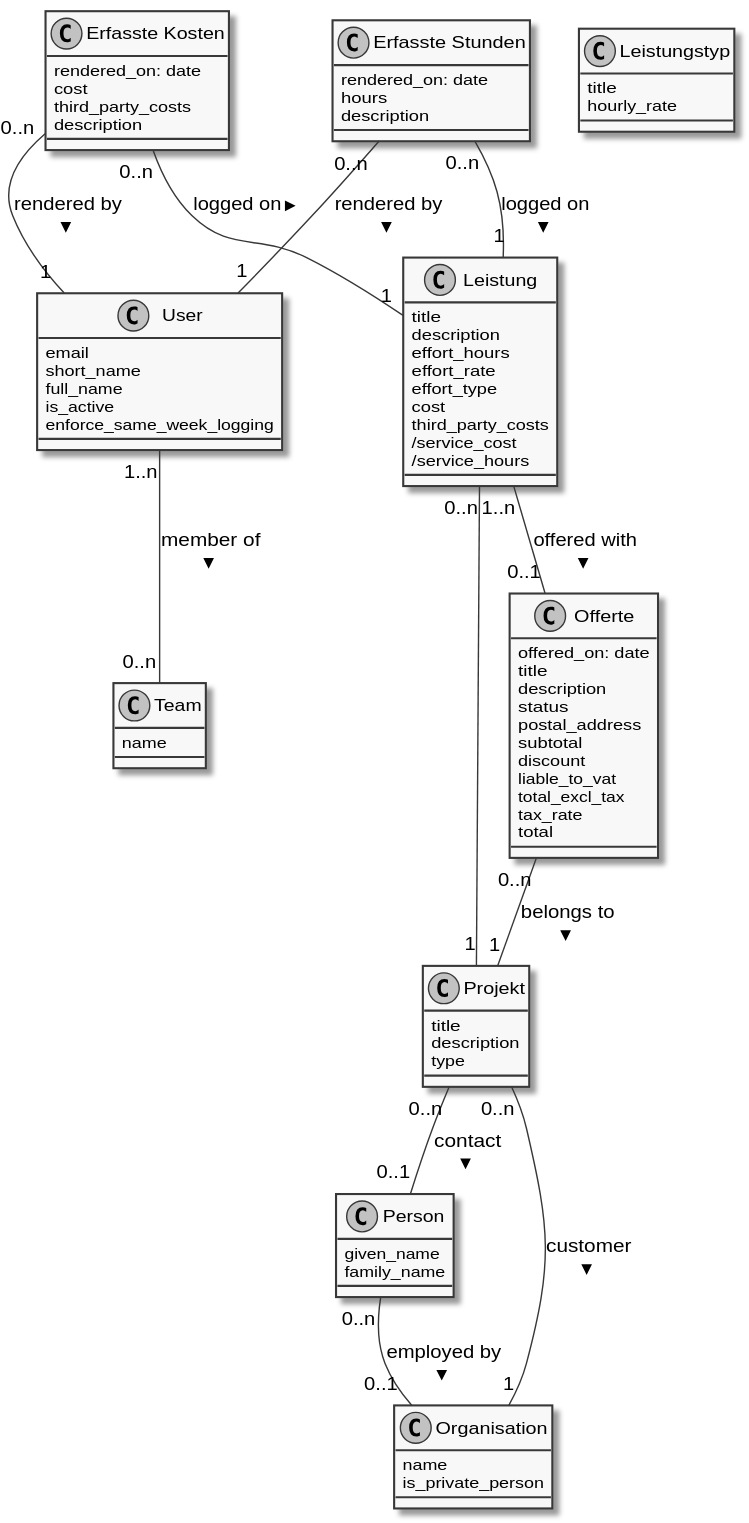
This is wb-custom.uml.svg from matthiask/workbench-uml, a PlantUML export, as it was before one commit.
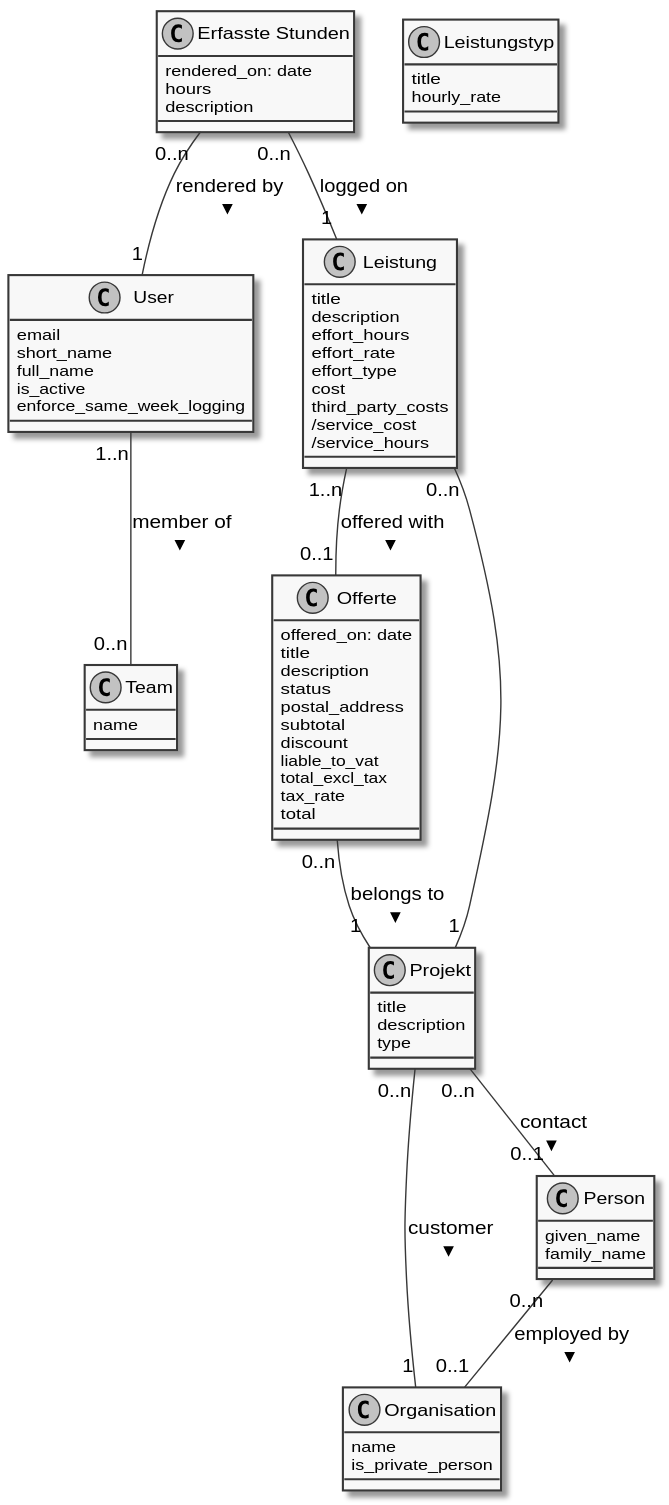
After the change.

Change to the diagram source:
```diff
@@ -23,13 +23,6 @@
 class "Person" {
   given_name
   family_name
-}
-
-class "Erfasste Kosten" {
-  rendered_on: date
-  cost
-  third_party_costs
-  description
 }
 
 class "Erfasste Stunden" {
@@ -79,10 +72,6 @@
 
  Person "0..n" -- "0..1" Organisation : employed by >
 
- "Erfasste Kosten" "0..n" -- "1" User : rendered by >
-
- "Erfasste Kosten" "0..n" -- "1" Leistung : logged on >
-
  "Erfasste Stunden" "0..n" -- "1" User : rendered by >
 
  "Erfasste Stunden" "0..n" -- "1" Leistung : logged on >
```
